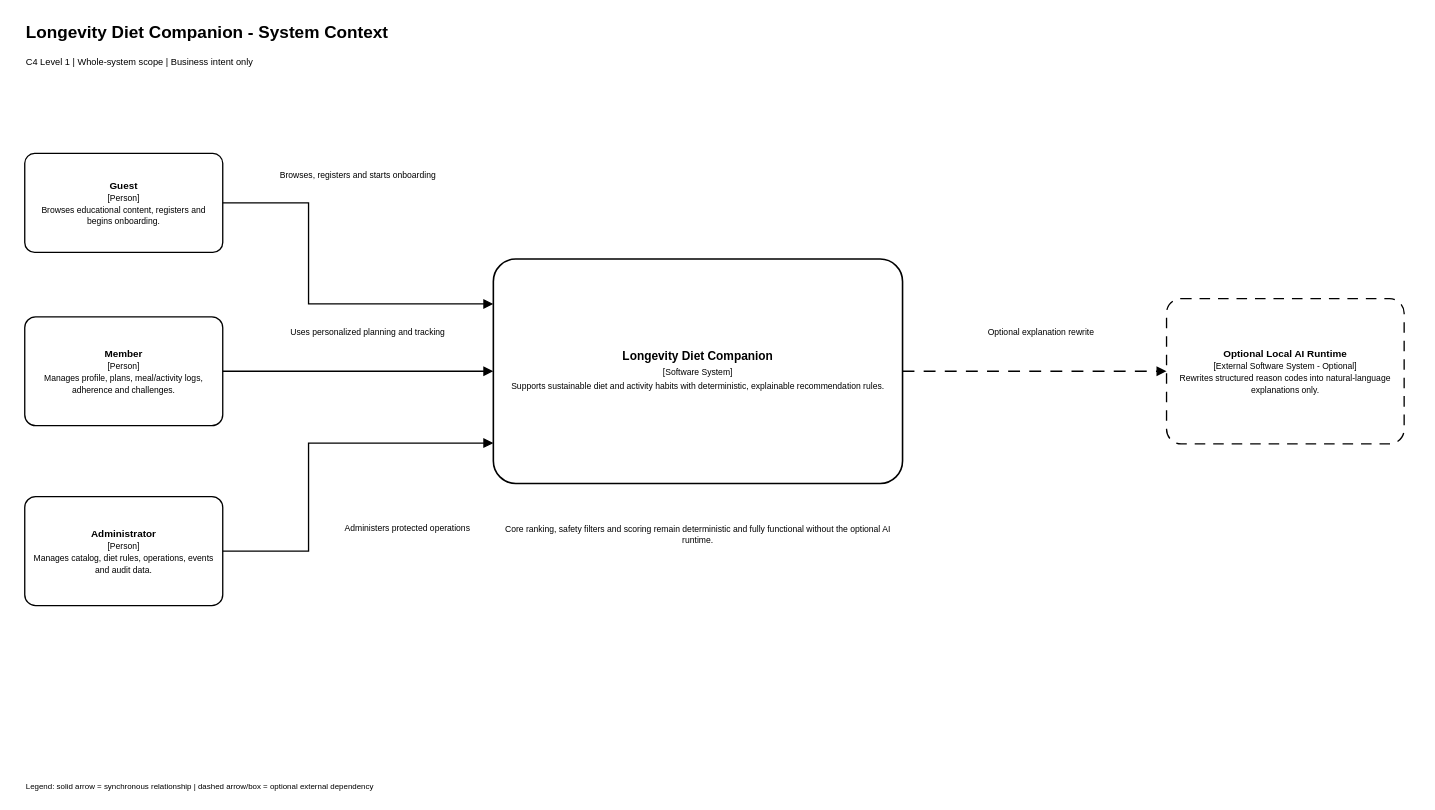
Before: docs/architecture/01-system-context.drawio in YAHsaveme/FPTUSE_LongevityDiet, a draw.io diagram. Source tidied: cells renumbered, new cells numbered last; positions are measured from the earlier drawing's top-left corner, leaving out a move shared by most shapes. Both pictures are drawn from the tidied source at 66%, with x=0, y=0 at pixel (24, 18).
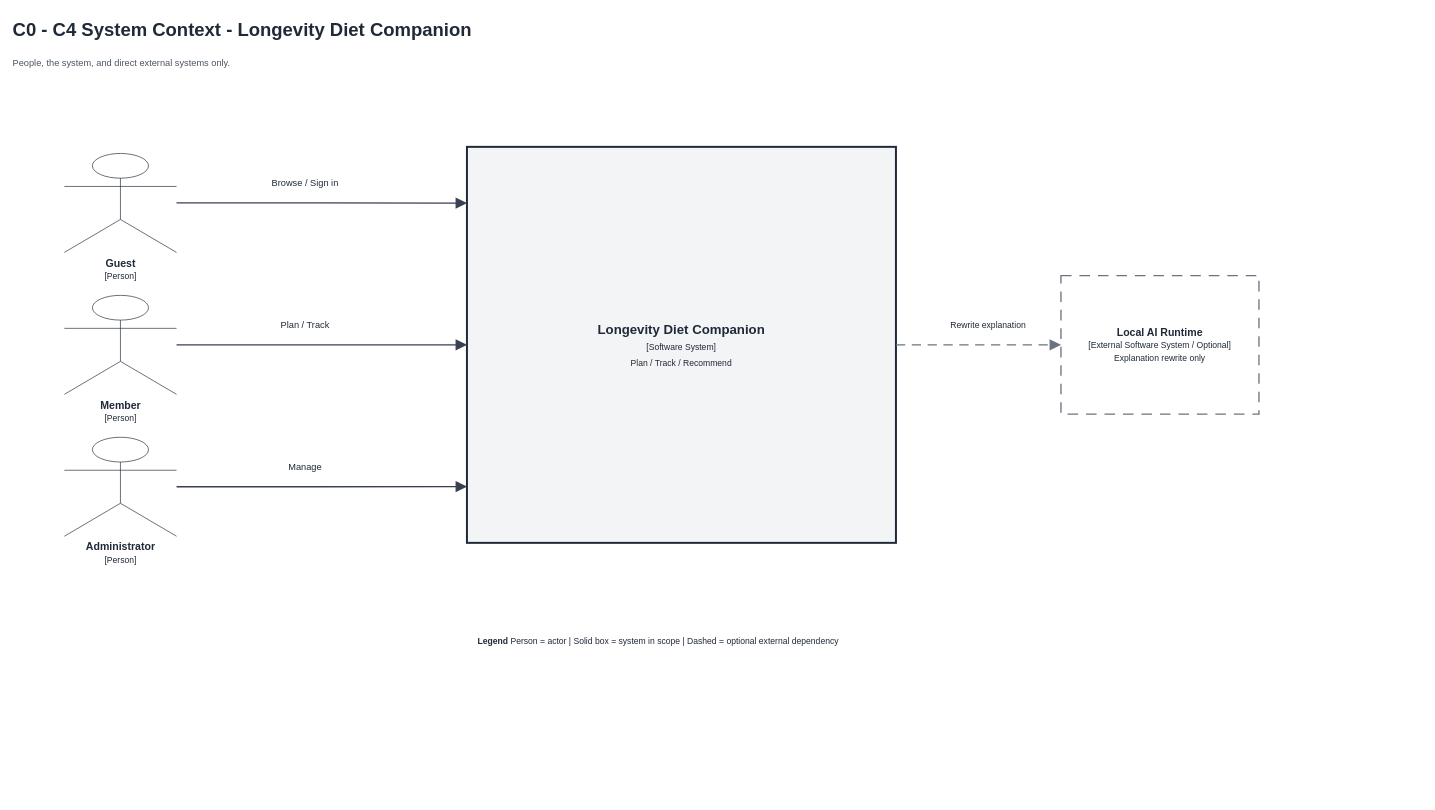
The same diagram, later.

What changed in the source:
```diff
@@
-<mxGraphModel background="#ffffff">
+<mxGraphModel>
@@
-    <mxCell id="2" value="&lt;b&gt;Longevity Diet Companion - System Context&lt;/b&gt;" style="text;html=1;strokeColor=none;fillColor=none;whiteSpace=wrap;fontColor=#000000;fontFamily=Arial;verticalAlign=middle;fontSize=26;align=left;" parent="1" vertex="1">
-      <mxGeometry width="2120" height="44" as="geometry" />
-    </mxCell>
-    <mxCell id="3" value="C4 Level 1 | Whole-system scope | Business intent only" style="text;html=1;strokeColor=none;fillColor=none;whiteSpace=wrap;fontColor=#000000;fontFamily=Arial;verticalAlign=middle;fontSize=14;align=left;" parent="1" vertex="1">
-      <mxGeometry y="50" width="2120" height="34" as="geometry" />
-    </mxCell>
-    <mxCell id="4" value="&lt;b&gt;Guest&lt;/b&gt;&lt;br&gt;&lt;span style=&quot;font-size:13px&quot;&gt;[Person]&lt;/span&gt;&lt;br&gt;&lt;span style=&quot;font-size:13px&quot;&gt;Browses educational content, registers and begins onboarding.&lt;/span&gt;" style="rounded=1;arcSize=10;whiteSpace=wrap;html=1;fillColor=#ffffff;strokeColor=#000000;strokeWidth=2;fontColor=#000000;fontFamily=Arial;align=center;verticalAlign=middle;spacing=12;fontSize=15;" parent="1" vertex="1">
-      <mxGeometry y="205" width="300" height="150" as="geometry" />
-    </mxCell>
-    <mxCell id="5" value="&lt;b&gt;Member&lt;/b&gt;&lt;br&gt;&lt;span style=&quot;font-size:13px&quot;&gt;[Person]&lt;/span&gt;&lt;br&gt;&lt;span style=&quot;font-size:13px&quot;&gt;Manages profile, plans, meal/activity logs, adherence and challenges.&lt;/span&gt;" style="rounded=1;arcSize=10;whiteSpace=wrap;html=1;fillColor=#ffffff;strokeColor=#000000;strokeWidth=2;fontColor=#000000;fontFamily=Arial;align=center;verticalAlign=middle;spacing=12;fontSize=15;" parent="1" vertex="1">
-      <mxGeometry y="452.5" width="300" height="165" as="geometry" />
-    </mxCell>
-    <mxCell id="6" value="&lt;b&gt;Administrator&lt;/b&gt;&lt;br&gt;&lt;span style=&quot;font-size:13px&quot;&gt;[Person]&lt;/span&gt;&lt;br&gt;&lt;span style=&quot;font-size:13px&quot;&gt;Manages catalog, diet rules, operations, events and audit data.&lt;/span&gt;" style="rounded=1;arcSize=10;whiteSpace=wrap;html=1;fillColor=#ffffff;strokeColor=#000000;strokeWidth=2;fontColor=#000000;fontFamily=Arial;align=center;verticalAlign=middle;spacing=12;fontSize=15;" parent="1" vertex="1">
-      <mxGeometry y="725" width="300" height="165" as="geometry" />
-    </mxCell>
-    <mxCell id="7" value="&lt;b&gt;Longevity Diet Companion&lt;/b&gt;&lt;br&gt;&lt;span style=&quot;font-size:13px&quot;&gt;[Software System]&lt;/span&gt;&lt;br&gt;&lt;span style=&quot;font-size:13px&quot;&gt;Supports sustainable diet and activity habits with deterministic, explainable recommendation rules.&lt;/span&gt;" style="rounded=1;arcSize=10;whiteSpace=wrap;html=1;fillColor=#ffffff;strokeColor=#000000;strokeWidth=2;fontColor=#000000;fontFamily=Arial;align=center;verticalAlign=middle;spacing=12;fontSize=18;strokeWidth=2.4;" parent="1" vertex="1">
-      <mxGeometry x="710" y="365" width="620" height="340" as="geometry" />
-    </mxCell>
-    <mxCell id="8" value="&lt;b&gt;Optional Local AI Runtime&lt;/b&gt;&lt;br&gt;&lt;span style=&quot;font-size:13px&quot;&gt;[External Software System - Optional]&lt;/span&gt;&lt;br&gt;&lt;span style=&quot;font-size:13px&quot;&gt;Rewrites structured reason codes into natural-language explanations only.&lt;/span&gt;" style="rounded=1;arcSize=10;whiteSpace=wrap;html=1;fillColor=#ffffff;strokeColor=#000000;strokeWidth=2;dashed=1;dashPattern=8 6;fontColor=#000000;fontFamily=Arial;align=center;verticalAlign=middle;spacing=12;fontSize=15;" parent="1" vertex="1">
-      <mxGeometry x="1730" y="425" width="360" height="220" as="geometry" />
-    </mxCell>
-    <mxCell id="9" style="edgeStyle=orthogonalEdgeStyle;rounded=0;jettySize=0;html=1;strokeColor=#000000;strokeWidth=2;endArrow=block;endFill=1;exitX=1;exitY=0.5;entryX=0;entryY=0.2;curved=0;sourceJettySize=0;targetJettySize=0;endSize=10;" parent="1" edge="1" source="4" target="7">
-      <mxGeometry relative="1" as="geometry">
-        <Array as="points">
-          <mxPoint x="430" y="280" />
-          <mxPoint x="430" y="433" />
-          <mxPoint x="710" y="433" />
-        </Array>
-      </mxGeometry>
-    </mxCell>
-    <mxCell id="10" style="edgeStyle=none;rounded=0;jettySize=0;html=1;strokeColor=#000000;strokeWidth=2;endArrow=block;endFill=1;exitX=1;exitY=0.5;entryX=0;entryY=0.5;curved=0;sourceJettySize=0;targetJettySize=0;endSize=10;" parent="1" edge="1" source="5" target="7">
-      <mxGeometry relative="1" as="geometry" />
-    </mxCell>
-    <mxCell id="11" style="edgeStyle=orthogonalEdgeStyle;rounded=0;jettySize=0;html=1;strokeColor=#000000;strokeWidth=2;endArrow=block;endFill=1;exitX=1;exitY=0.5;entryX=0;entryY=0.82;curved=0;sourceJettySize=0;targetJettySize=0;endSize=10;" parent="1" edge="1" source="6" target="7">
-      <mxGeometry relative="1" as="geometry">
-        <Array as="points">
-          <mxPoint x="430" y="807.5" />
-          <mxPoint x="430" y="643.8" />
-          <mxPoint x="710" y="643.8" />
-        </Array>
-      </mxGeometry>
-    </mxCell>
-    <mxCell id="12" style="edgeStyle=none;rounded=0;jettySize=0;html=1;strokeColor=#000000;strokeWidth=2;dashed=1;dashPattern=9 7;endArrow=block;endFill=1;exitX=1;exitY=0.5;entryX=0;entryY=0.5;curved=0;sourceJettySize=0;targetJettySize=0;endSize=10;" parent="1" edge="1" source="7" target="8">
-      <mxGeometry relative="1" as="geometry" />
-    </mxCell>
-    <mxCell id="13" value="Browses, registers and starts onboarding" style="text;html=1;strokeColor=none;fillColor=none;whiteSpace=wrap;fontColor=#000000;fontFamily=Arial;verticalAlign=middle;fontSize=13;align=center;" parent="1" vertex="1">
-      <mxGeometry x="340" y="215" width="330" height="44" as="geometry" />
-    </mxCell>
-    <mxCell id="14" value="Uses personalized planning and tracking" style="text;html=1;strokeColor=none;fillColor=none;whiteSpace=wrap;fontColor=#000000;fontFamily=Arial;verticalAlign=middle;fontSize=13;align=center;" parent="1" vertex="1">
-      <mxGeometry x="355" y="455" width="330" height="40" as="geometry" />
-    </mxCell>
-    <mxCell id="15" value="Administers protected operations" style="text;html=1;strokeColor=none;fillColor=none;whiteSpace=wrap;fontColor=#000000;fontFamily=Arial;verticalAlign=middle;fontSize=13;align=center;" parent="1" vertex="1">
-      <mxGeometry x="460" y="750" width="240" height="44" as="geometry" />
-    </mxCell>
-    <mxCell id="16" value="Optional explanation rewrite" style="text;html=1;strokeColor=none;fillColor=none;whiteSpace=wrap;fontColor=#000000;fontFamily=Arial;verticalAlign=middle;fontSize=13;align=center;" parent="1" vertex="1">
-      <mxGeometry x="1390" y="455" width="300" height="40" as="geometry" />
-    </mxCell>
-    <mxCell id="17" value="Core ranking, safety filters and scoring remain deterministic and fully functional without the optional AI runtime." style="text;html=1;strokeColor=none;fillColor=none;whiteSpace=wrap;fontColor=#000000;fontFamily=Arial;verticalAlign=middle;fontSize=13;align=center;" parent="1" vertex="1">
-      <mxGeometry x="715" y="745" width="610" height="74" as="geometry" />
-    </mxCell>
-    <mxCell id="18" value="Legend: solid arrow = synchronous relationship | dashed arrow/box = optional external dependency" style="text;html=1;strokeColor=none;fillColor=none;whiteSpace=wrap;fontColor=#000000;fontFamily=Arial;verticalAlign=middle;fontSize=12;align=left;" parent="1" vertex="1">
-      <mxGeometry y="1145" width="1200" height="38" as="geometry" />
-    </mxCell>
+    <mxCell id="19" value="C0 - C4 System Context - Longevity Diet Companion" style="text;html=1;strokeColor=none;fillColor=none;align=left;verticalAlign=middle;whiteSpace=wrap;rounded=0;fontFamily=Arial;fontColor=#1F2937;fontSize=28;align=left;fontColor=#1F2937;fontStyle=1;" parent="1" vertex="1">
+      <mxGeometry x="-20" y="-10" width="1900" height="55" as="geometry" />
+    </mxCell>
+    <mxCell id="20" value="People, the system, and direct external systems only." style="text;html=1;strokeColor=none;fillColor=none;align=left;verticalAlign=middle;whiteSpace=wrap;rounded=0;fontFamily=Arial;fontColor=#1F2937;fontSize=14;align=left;fontColor=#4B5563;" parent="1" vertex="1">
+      <mxGeometry x="-20" y="48" width="1900" height="40" as="geometry" />
+    </mxCell>
+    <mxCell id="21" value="&lt;b&gt;Guest&lt;/b&gt;&lt;br&gt;&lt;font style='font-size:13px'&gt;[Person]&lt;/font&gt;" style="shape=umlActor;verticalLabelPosition=bottom;verticalAlign=top;html=1;strokeColor=#1F2937;fillColor=#FFFFFF;fontFamily=Arial;fontColor=#1F2937;fontSize=16;" parent="1" vertex="1">
+      <mxGeometry x="60" y="205" width="170" height="150" as="geometry" />
+    </mxCell>
+    <mxCell id="22" value="&lt;b&gt;Member&lt;/b&gt;&lt;br&gt;&lt;font style='font-size:13px'&gt;[Person]&lt;/font&gt;" style="shape=umlActor;verticalLabelPosition=bottom;verticalAlign=top;html=1;strokeColor=#1F2937;fillColor=#FFFFFF;fontFamily=Arial;fontColor=#1F2937;fontSize=16;" parent="1" vertex="1">
+      <mxGeometry x="60" y="420" width="170" height="150" as="geometry" />
+    </mxCell>
+    <mxCell id="23" value="&lt;b&gt;Administrator&lt;/b&gt;&lt;br&gt;&lt;font style='font-size:13px'&gt;[Person]&lt;/font&gt;" style="shape=umlActor;verticalLabelPosition=bottom;verticalAlign=top;html=1;strokeColor=#1F2937;fillColor=#FFFFFF;fontFamily=Arial;fontColor=#1F2937;fontSize=16;" parent="1" vertex="1">
+      <mxGeometry x="60" y="635" width="170" height="150" as="geometry" />
+    </mxCell>
+    <mxCell id="24" value="&lt;b&gt;Longevity Diet Companion&lt;/b&gt;&lt;br&gt;&lt;font style='font-size:13px'&gt;[Software System]&lt;/font&gt;&lt;br&gt;&lt;font style='font-size:13px'&gt;Plan / Track / Recommend&lt;/font&gt;" style="rounded=0;whiteSpace=wrap;html=1;fillColor=#FFFFFF;strokeColor=#374151;strokeWidth=2;fontFamily=Arial;fontColor=#1F2937;align=center;verticalAlign=middle;fillColor=#F3F4F6;strokeColor=#1F2937;strokeWidth=3;fontSize=20;spacing=20;" parent="1" vertex="1">
+      <mxGeometry x="670" y="195" width="650" height="600" as="geometry" />
+    </mxCell>
+    <mxCell id="25" value="&lt;b&gt;Local AI Runtime&lt;/b&gt;&lt;br&gt;&lt;font style='font-size:13px'&gt;[External Software System / Optional]&lt;/font&gt;&lt;br&gt;&lt;font style='font-size:13px'&gt;Explanation rewrite only&lt;/font&gt;" style="rounded=0;whiteSpace=wrap;html=1;fillColor=#FFFFFF;strokeColor=#374151;strokeWidth=2;fontFamily=Arial;fontColor=#1F2937;align=center;verticalAlign=middle;dashed=1;dashPattern=8 6;strokeColor=#6B7280;fontSize=16;spacing=14;" parent="1" vertex="1">
+      <mxGeometry x="1570" y="390" width="300" height="210" as="geometry" />
+    </mxCell>
+    <mxCell id="26" style="edgeStyle=orthogonalEdgeStyle;rounded=0;curved=0;jettySize=auto;html=1;endArrow=block;endFill=1;endSize=12;strokeColor=#374151;strokeWidth=2;exitX=1;exitY=0.5;exitDx=0;exitDy=0;entryX=0;entryY=0.142;entryDx=0;entryDy=0;" parent="1" edge="1" source="21" target="24">
+      <mxGeometry relative="1" as="geometry" />
+    </mxCell>
+    <mxCell id="27" style="edgeStyle=orthogonalEdgeStyle;rounded=0;curved=0;jettySize=auto;html=1;endArrow=block;endFill=1;endSize=12;strokeColor=#374151;strokeWidth=2;exitX=1;exitY=0.5;exitDx=0;exitDy=0;entryX=0;entryY=0.5;entryDx=0;entryDy=0;" parent="1" edge="1" source="22" target="24">
+      <mxGeometry relative="1" as="geometry" />
+    </mxCell>
+    <mxCell id="28" style="edgeStyle=orthogonalEdgeStyle;rounded=0;curved=0;jettySize=auto;html=1;endArrow=block;endFill=1;endSize=12;strokeColor=#374151;strokeWidth=2;exitX=1;exitY=0.5;exitDx=0;exitDy=0;entryX=0;entryY=0.858;entryDx=0;entryDy=0;" parent="1" edge="1" source="23" target="24">
+      <mxGeometry relative="1" as="geometry" />
+    </mxCell>
+    <mxCell id="29" style="edgeStyle=orthogonalEdgeStyle;rounded=0;curved=0;jettySize=auto;html=1;endArrow=block;endFill=1;endSize=12;strokeColor=#374151;strokeWidth=2;dashed=1;dashPattern=7 5;strokeColor=#6B7280;exitX=1;exitY=0.5;exitDx=0;exitDy=0;entryX=0;entryY=0.5;entryDx=0;entryDy=0;" parent="1" edge="1" source="24" target="25">
+      <mxGeometry relative="1" as="geometry" />
+    </mxCell>
+    <mxCell id="30" value="Browse / Sign in" style="text;html=1;strokeColor=none;fillColor=none;align=left;verticalAlign=middle;whiteSpace=wrap;rounded=0;fontFamily=Arial;fontColor=#1F2937;fontSize=14;align=center;fontColor=#1F2937;" parent="1" vertex="1">
+      <mxGeometry x="300" y="235" width="250" height="30" as="geometry" />
+    </mxCell>
+    <mxCell id="31" value="Plan / Track" style="text;html=1;strokeColor=none;fillColor=none;align=left;verticalAlign=middle;whiteSpace=wrap;rounded=0;fontFamily=Arial;fontColor=#1F2937;fontSize=14;align=center;fontColor=#1F2937;" parent="1" vertex="1">
+      <mxGeometry x="300" y="450" width="250" height="30" as="geometry" />
+    </mxCell>
+    <mxCell id="32" value="Manage" style="text;html=1;strokeColor=none;fillColor=none;align=left;verticalAlign=middle;whiteSpace=wrap;rounded=0;fontFamily=Arial;fontColor=#1F2937;fontSize=14;align=center;fontColor=#1F2937;" parent="1" vertex="1">
+      <mxGeometry x="300" y="665" width="250" height="30" as="geometry" />
+    </mxCell>
+    <mxCell id="33" value="Rewrite explanation" style="text;html=1;strokeColor=none;fillColor=none;align=left;verticalAlign=middle;whiteSpace=wrap;rounded=0;fontFamily=Arial;fontColor=#1F2937;fontSize=13;align=center;fontColor=#1F2937;" parent="1" vertex="1">
+      <mxGeometry x="1360" y="450" width="200" height="30" as="geometry" />
+    </mxCell>
+    <mxCell id="34" value="&lt;b&gt;Legend&lt;/b&gt;  Person = actor  |  Solid box = system in scope  |  Dashed = optional external dependency" style="text;html=1;strokeColor=none;fillColor=none;align=left;verticalAlign=middle;whiteSpace=wrap;rounded=0;fontFamily=Arial;fontColor=#1F2937;fontSize=13;align=center;fontColor=#1F2937;" parent="1" vertex="1">
+      <mxGeometry x="330" y="925" width="1260" height="36" as="geometry" />
+    </mxCell>
```
